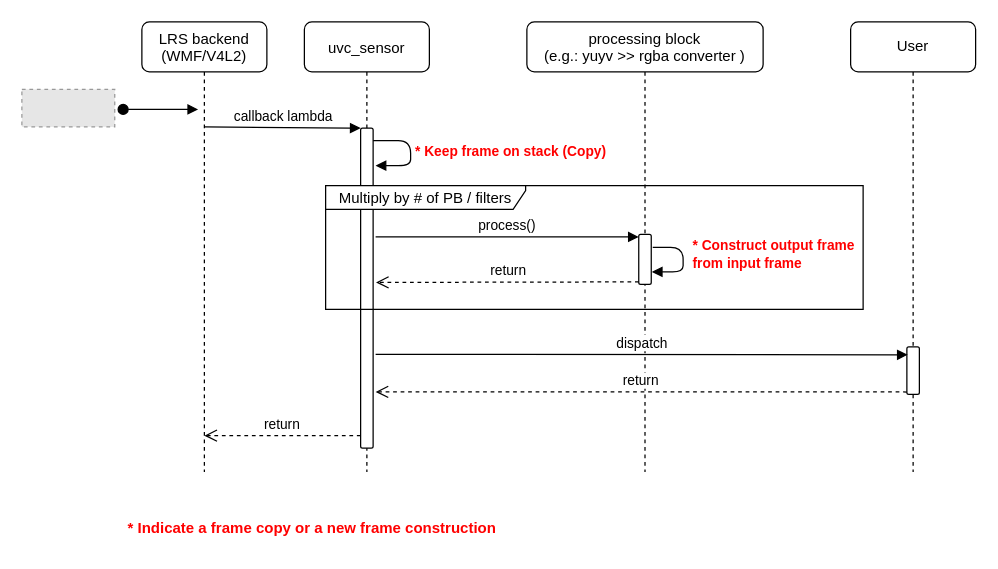
This is doc/img/frame_lifetime/frame_lifetime.drawio from IntelRealSense/librealsense, a draw.io file, before an edit. Source tidied: cells renumbered, new cells numbered last; positions are measured from the earlier drawing's top-left corner, leaving out a move shared by most shapes. Both pictures are drawn from the tidied source at 125%, with x=0, y=0 at pixel (21, 21). Pictures stored in the file or linked from it are replaced by grey dashed boxes.
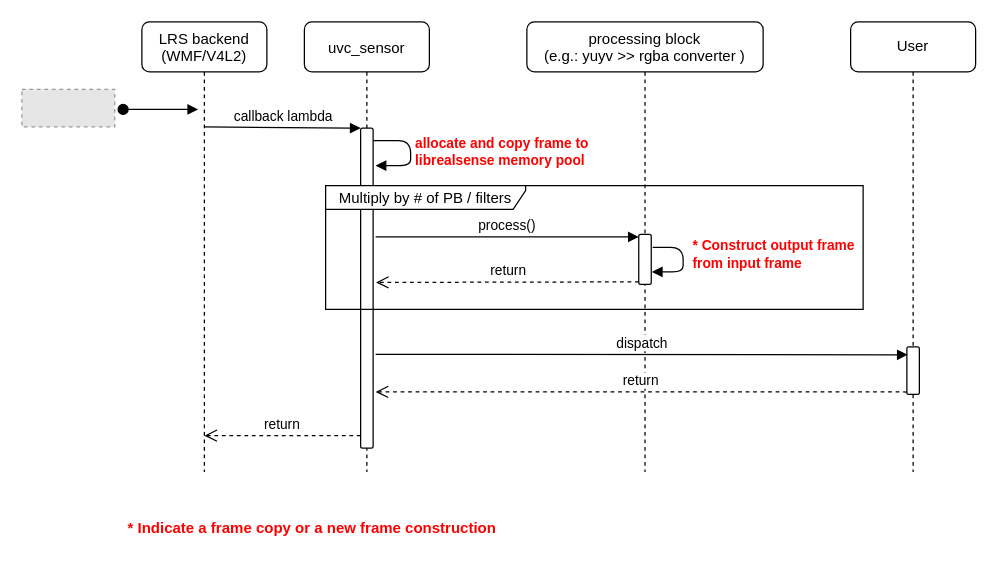
The same page after the edit.

Unchanged cells that the change refers to:
```xml
<mxCell id="7" value="uvc_sensor" style="shape=umlLifeline;perimeter=lifelinePerimeter;rounded=1;shadow=0;strokeWidth=1;" parent="1" vertex="1">
  <mxGeometry x="226" width="100" height="360" as="geometry" />
</mxCell>
```

The edit, as a diff of the source:
```diff
@@
-    <mxCell id="11" value="&lt;b&gt;&lt;font color=&quot;#ff0000&quot;&gt;* Keep frame on stack (Copy)&lt;/font&gt;&lt;/b&gt;" style="edgeStyle=orthogonalEdgeStyle;html=1;align=left;spacingLeft=2;endArrow=block;rounded=1;" parent="7" edge="1">
+    <mxCell id="11" value="&lt;font color=&quot;#ff0000&quot;&gt;&lt;b&gt;allocate and copy frame to&lt;br&gt;librealsense memory pool&lt;br&gt;&lt;/b&gt;&lt;/font&gt;" style="edgeStyle=orthogonalEdgeStyle;html=1;align=left;spacingLeft=2;endArrow=block;rounded=1;" parent="7" edge="1">
       <mxGeometry relative="1" as="geometry">
         <mxPoint x="55" y="95" as="sourcePoint" />
         <mxPoint x="57" y="115" as="targetPoint" />
         <Array as="points">
           <mxPoint x="85" y="95" />
           <mxPoint x="85" y="115" />
         </Array>
       </mxGeometry>
     </mxCell>
```
